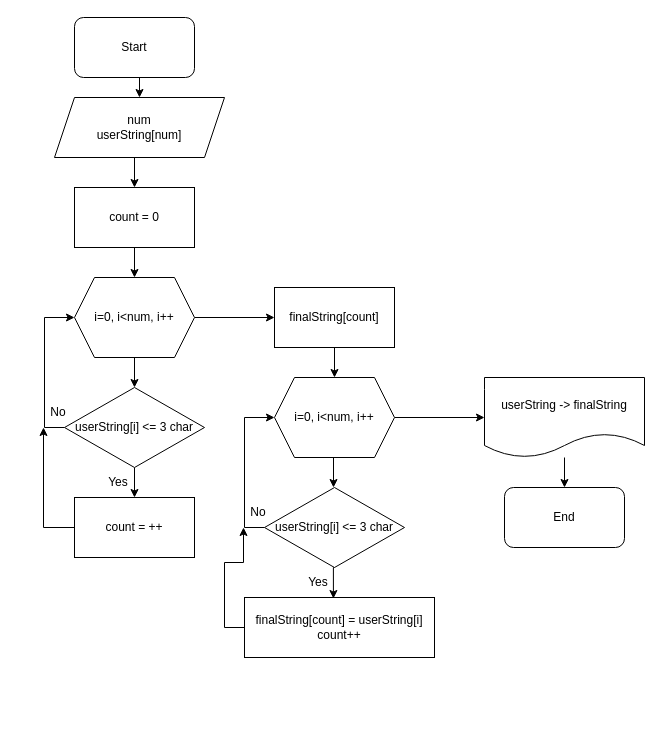
BlackORM/Geek keeps this draw.io diagram as Block1_Final/Block1_final.drawio. Above is the earlier version. Source tidied: cells renumbered, new cells numbered last; positions are measured from the earlier drawing's top-left corner, leaving out a move shared by most shapes. Both pictures are drawn from the tidied source at 100%, with x=0, y=0 at pixel (28, 17).
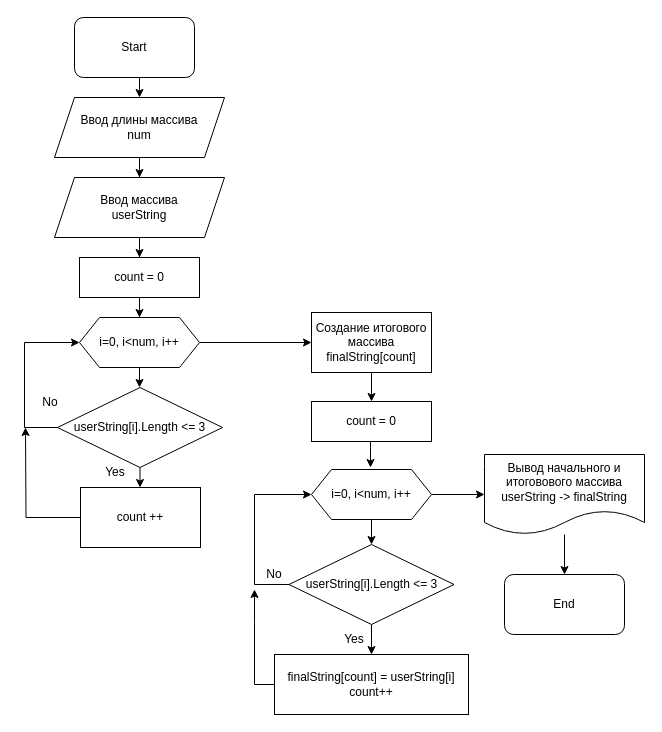
The same page after the edit.

Commit message (it also covers changes not shown here):
подправлена блок-схема

Diff of the diagram source:
```diff
@@
-    <mxCell id="4" style="edgeStyle=orthogonalEdgeStyle;rounded=0;jettySize=auto;html=1;exitX=0.5;exitY=1;exitDx=0;exitDy=0;entryX=0.5;entryY=0;entryDx=0;entryDy=0;startArrow=none;startFill=0;endArrow=classic;endFill=1;" parent="1" edge="1" source="5" target="10">
-      <mxGeometry relative="1" as="geometry" />
-    </mxCell>
+    <mxCell id="33" style="edgeStyle=orthogonalEdgeStyle;rounded=0;jettySize=auto;html=1;startArrow=none;startFill=0;endArrow=classic;endFill=1;" parent="1" edge="1" source="5" target="39">
+      <mxGeometry relative="1" as="geometry" />
+    </mxCell>
-    <mxCell id="5" value="&lt;div&gt;num&lt;/div&gt;&lt;div&gt;userString[num]&lt;/div&gt;" style="shape=parallelogram;perimeter=parallelogramPerimeter;whiteSpace=wrap;html=1;fixedSize=1;" parent="1" vertex="1">
+    <mxCell id="5" value="&lt;div&gt;Ввод длины массива&lt;/div&gt;&lt;div&gt;num&lt;/div&gt;" style="shape=parallelogram;perimeter=parallelogramPerimeter;whiteSpace=wrap;html=1;fixedSize=1;" parent="1" vertex="1">
       <mxGeometry x="26" y="80" width="170" height="60" as="geometry" />
     </mxCell>
-    <mxCell id="6" style="edgeStyle=orthogonalEdgeStyle;rounded=0;jettySize=auto;html=1;exitX=0.5;exitY=1;exitDx=0;exitDy=0;entryX=0.5;entryY=0;entryDx=0;entryDy=0;startArrow=none;startFill=0;endArrow=classic;endFill=1;" parent="1" edge="1" source="8" target="13">
-      <mxGeometry relative="1" as="geometry" />
-    </mxCell>
-    <mxCell id="7" style="edgeStyle=orthogonalEdgeStyle;rounded=0;jettySize=auto;html=1;exitX=1;exitY=0.5;exitDx=0;exitDy=0;entryX=0;entryY=0.5;entryDx=0;entryDy=0;startArrow=none;startFill=0;endArrow=classic;endFill=1;" parent="1" edge="1" source="8" target="19">
-      <mxGeometry relative="1" as="geometry" />
-    </mxCell>
-    <mxCell id="8" value="i=0, i&amp;lt;num, i++" style="shape=hexagon;perimeter=hexagonPerimeter2;whiteSpace=wrap;html=1;fixedSize=1;" parent="1" vertex="1">
-      <mxGeometry x="46" y="260" width="120" height="80" as="geometry" />
-    </mxCell>
-    <mxCell id="9" style="edgeStyle=orthogonalEdgeStyle;rounded=0;jettySize=auto;html=1;exitX=0.5;exitY=1;exitDx=0;exitDy=0;entryX=0.5;entryY=0;entryDx=0;entryDy=0;startArrow=none;startFill=0;endArrow=classic;endFill=1;" parent="1" edge="1" source="10" target="8">
-      <mxGeometry relative="1" as="geometry" />
-    </mxCell>
+    <mxCell id="34" style="edgeStyle=orthogonalEdgeStyle;rounded=0;jettySize=auto;html=1;startArrow=none;startFill=0;endArrow=classic;endFill=1;" parent="1" edge="1" source="10" target="42">
+      <mxGeometry relative="1" as="geometry" />
+    </mxCell>
     <mxCell id="10" value="count = 0" style="rounded=0;whiteSpace=wrap;html=1;" parent="1" vertex="1">
-      <mxGeometry x="46" y="170" width="120" height="60" as="geometry" />
+      <mxGeometry x="51" y="240" width="120" height="40" as="geometry" />
     </mxCell>
-    <mxCell id="11" style="edgeStyle=orthogonalEdgeStyle;rounded=0;jettySize=auto;html=1;exitX=0;exitY=0.5;exitDx=0;exitDy=0;entryX=0;entryY=0.5;entryDx=0;entryDy=0;startArrow=none;startFill=0;endArrow=classic;endFill=1;" parent="1" edge="1" source="13" target="8">
-      <mxGeometry relative="1" as="geometry" />
-    </mxCell>
-    <mxCell id="12" style="edgeStyle=orthogonalEdgeStyle;rounded=0;jettySize=auto;html=1;exitX=0.5;exitY=1;exitDx=0;exitDy=0;entryX=0.5;entryY=0;entryDx=0;entryDy=0;startArrow=none;startFill=0;endArrow=classic;endFill=1;" parent="1" edge="1" source="13" target="15">
+    <mxCell id="12" style="edgeStyle=orthogonalEdgeStyle;rounded=0;jettySize=auto;html=1;startArrow=none;startFill=0;endArrow=classic;endFill=1;" parent="1" edge="1" source="13" target="15">
       <mxGeometry relative="1" as="geometry" />
     </mxCell>
+    <mxCell id="35" style="edgeStyle=orthogonalEdgeStyle;rounded=0;jettySize=auto;html=1;entryX=0;entryY=0.5;entryDx=0;entryDy=0;startArrow=none;startFill=0;endArrow=classic;endFill=1;" parent="1" edge="1" source="13" target="42">
+      <mxGeometry relative="1" as="geometry">
+        <Array as="points">
+          <mxPoint x="-4" y="410" />
+          <mxPoint x="-4" y="325" />
+        </Array>
+      </mxGeometry>
+    </mxCell>
-    <mxCell id="13" value="userString[i] &amp;lt;= 3 char" style="rhombus;whiteSpace=wrap;html=1;" parent="1" vertex="1">
-      <mxGeometry x="36" y="370" width="140" height="80" as="geometry" />
+    <mxCell id="13" value="userString[i].Length &amp;lt;= 3 " style="rhombus;whiteSpace=wrap;html=1;" parent="1" vertex="1">
+      <mxGeometry x="29" y="370" width="165" height="80" as="geometry" />
     </mxCell>
-    <mxCell id="14" style="edgeStyle=orthogonalEdgeStyle;rounded=0;jettySize=auto;html=1;exitX=0;exitY=0.5;exitDx=0;exitDy=0;entryX=0.25;entryY=1;entryDx=0;entryDy=0;startArrow=none;startFill=0;endArrow=classic;endFill=1;" parent="1" edge="1" source="15" target="16">
-      <mxGeometry relative="1" as="geometry" />
-    </mxCell>
+    <mxCell id="36" style="edgeStyle=orthogonalEdgeStyle;rounded=0;jettySize=auto;html=1;startArrow=none;startFill=0;endArrow=classic;endFill=1;" parent="1" edge="1" source="15">
+      <mxGeometry relative="1" as="geometry">
+        <mxPoint x="-3" y="410" as="targetPoint" />
+      </mxGeometry>
+    </mxCell>
-    <mxCell id="15" value="count = ++" style="rounded=0;whiteSpace=wrap;html=1;" parent="1" vertex="1">
-      <mxGeometry x="46" y="480" width="120" height="60" as="geometry" />
+    <mxCell id="15" value="count ++" style="rounded=0;whiteSpace=wrap;html=1;" parent="1" vertex="1">
+      <mxGeometry x="52" y="470" width="120" height="60" as="geometry" />
     </mxCell>
     <mxCell id="16" value="No" style="text;html=1;strokeColor=none;fillColor=none;align=center;verticalAlign=middle;whiteSpace=wrap;rounded=0;" parent="1" vertex="1">
-      <mxGeometry y="380" width="60" height="30" as="geometry" />
+      <mxGeometry x="-8" y="370" width="60" height="30" as="geometry" />
     </mxCell>
     <mxCell id="17" value="Yes" style="text;html=1;strokeColor=none;fillColor=none;align=center;verticalAlign=middle;whiteSpace=wrap;rounded=0;" parent="1" vertex="1">
-      <mxGeometry x="60" y="450" width="60" height="30" as="geometry" />
+      <mxGeometry x="57" y="440" width="60" height="30" as="geometry" />
     </mxCell>
-    <mxCell id="18" style="edgeStyle=orthogonalEdgeStyle;rounded=0;jettySize=auto;html=1;exitX=0.5;exitY=1;exitDx=0;exitDy=0;entryX=0.5;entryY=0;entryDx=0;entryDy=0;startArrow=none;startFill=0;endArrow=classic;endFill=1;" parent="1" edge="1" source="19" target="21">
-      <mxGeometry relative="1" as="geometry" />
-    </mxCell>
+    <mxCell id="37" style="edgeStyle=orthogonalEdgeStyle;rounded=0;jettySize=auto;html=1;startArrow=none;startFill=0;endArrow=classic;endFill=1;" parent="1" edge="1" source="19" target="53">
+      <mxGeometry relative="1" as="geometry" />
+    </mxCell>
-    <mxCell id="19" value="finalString[count]" style="rounded=0;whiteSpace=wrap;html=1;" parent="1" vertex="1">
-      <mxGeometry x="246" y="270" width="120" height="60" as="geometry" />
+    <mxCell id="19" value="&lt;div&gt;Создание итогового массива&lt;/div&gt;&lt;div&gt;finalString[count]&lt;/div&gt;" style="rounded=0;whiteSpace=wrap;html=1;" parent="1" vertex="1">
+      <mxGeometry x="283" y="295" width="120" height="60" as="geometry" />
     </mxCell>
-    <mxCell id="20" style="edgeStyle=orthogonalEdgeStyle;rounded=0;jettySize=auto;html=1;exitX=1;exitY=0.5;exitDx=0;exitDy=0;entryX=0;entryY=0.5;entryDx=0;entryDy=0;startArrow=none;startFill=0;endArrow=classic;endFill=1;" parent="1" edge="1" source="21" target="31">
-      <mxGeometry relative="1" as="geometry" />
-    </mxCell>
-    <mxCell id="21" value="i=0, i&amp;lt;num, i++" style="shape=hexagon;perimeter=hexagonPerimeter2;whiteSpace=wrap;html=1;fixedSize=1;" parent="1" vertex="1">
-      <mxGeometry x="246" y="360" width="120" height="80" as="geometry" />
-    </mxCell>
-    <mxCell id="22" style="edgeStyle=orthogonalEdgeStyle;rounded=0;jettySize=auto;html=1;exitX=0;exitY=0.5;exitDx=0;exitDy=0;entryX=0;entryY=0.5;entryDx=0;entryDy=0;startArrow=none;startFill=0;endArrow=classic;endFill=1;" parent="1" edge="1" source="24" target="21">
-      <mxGeometry relative="1" as="geometry" />
-    </mxCell>
-    <mxCell id="23" style="edgeStyle=orthogonalEdgeStyle;rounded=0;jettySize=auto;html=1;exitX=0.5;exitY=1;exitDx=0;exitDy=0;entryX=0.468;entryY=0.017;entryDx=0;entryDy=0;entryPerimeter=0;startArrow=none;startFill=0;endArrow=classic;endFill=1;" parent="1" edge="1" source="24" target="28">
-      <mxGeometry relative="1" as="geometry" />
-    </mxCell>
-    <mxCell id="24" value="userString[i] &amp;lt;= 3 char" style="rhombus;whiteSpace=wrap;html=1;" parent="1" vertex="1">
-      <mxGeometry x="236" y="470" width="140" height="80" as="geometry" />
-    </mxCell>
-    <mxCell id="25" value="No" style="text;html=1;strokeColor=none;fillColor=none;align=center;verticalAlign=middle;whiteSpace=wrap;rounded=0;" parent="1" vertex="1">
-      <mxGeometry x="200" y="480" width="60" height="30" as="geometry" />
-    </mxCell>
-    <mxCell id="26" style="edgeStyle=orthogonalEdgeStyle;rounded=0;orthogonalLoop=1;jettySize=auto;html=1;exitX=0.75;exitY=0;exitDx=0;exitDy=0;entryX=0.75;entryY=1;entryDx=0;entryDy=0;startArrow=none;startFill=0;endArrow=classic;endFill=1;" parent="1" edge="1">
-      <mxGeometry relative="1" as="geometry">
-        <mxPoint x="305" y="440" as="sourcePoint" />
-        <mxPoint x="305" y="470" as="targetPoint" />
-      </mxGeometry>
-    </mxCell>
-    <mxCell id="27" style="edgeStyle=orthogonalEdgeStyle;rounded=0;jettySize=auto;html=1;exitX=0;exitY=0.5;exitDx=0;exitDy=0;entryX=0.25;entryY=1;entryDx=0;entryDy=0;startArrow=none;startFill=0;endArrow=classic;endFill=1;" parent="1" edge="1" source="28" target="25">
-      <mxGeometry relative="1" as="geometry" />
-    </mxCell>
-    <mxCell id="28" value="&lt;div&gt;finalString[count] = userString[i]&lt;/div&gt;&lt;div&gt;count++&lt;br&gt;&lt;/div&gt;" style="rounded=0;whiteSpace=wrap;html=1;" parent="1" vertex="1">
-      <mxGeometry x="216" y="580" width="190" height="60" as="geometry" />
-    </mxCell>
-    <mxCell id="29" value="Yes" style="text;html=1;strokeColor=none;fillColor=none;align=center;verticalAlign=middle;whiteSpace=wrap;rounded=0;" parent="1" vertex="1">
-      <mxGeometry x="260" y="550" width="60" height="30" as="geometry" />
-    </mxCell>
@@
-    <mxCell id="31" value="&lt;div&gt;userString -&amp;gt; finalString&lt;/div&gt;" style="shape=document;whiteSpace=wrap;html=1;boundedLbl=1;" parent="1" vertex="1">
-      <mxGeometry x="456" y="360" width="160" height="80" as="geometry" />
+    <mxCell id="31" value="&lt;div&gt;Вывод начального и итоговового массива&lt;/div&gt;&lt;div&gt;userString -&amp;gt; finalString&lt;/div&gt;" style="shape=document;whiteSpace=wrap;html=1;boundedLbl=1;" parent="1" vertex="1">
+      <mxGeometry x="456" y="437" width="160" height="80" as="geometry" />
     </mxCell>
     <mxCell id="32" value="End" style="rounded=1;whiteSpace=wrap;html=1;" parent="1" vertex="1">
-      <mxGeometry x="476" y="470" width="120" height="60" as="geometry" />
+      <mxGeometry x="476" y="557" width="120" height="60" as="geometry" />
     </mxCell>
+    <mxCell id="38" style="edgeStyle=orthogonalEdgeStyle;rounded=0;jettySize=auto;html=1;startArrow=none;startFill=0;endArrow=classic;endFill=1;" parent="1" edge="1" source="39" target="10">
+      <mxGeometry relative="1" as="geometry" />
+    </mxCell>
+    <mxCell id="39" value="&lt;div&gt;Ввод массива&lt;/div&gt;&lt;div&gt;userString&lt;/div&gt;" style="shape=parallelogram;perimeter=parallelogramPerimeter;whiteSpace=wrap;html=1;fixedSize=1;" parent="1" vertex="1">
+      <mxGeometry x="26" y="160" width="170" height="60" as="geometry" />
+    </mxCell>
+    <mxCell id="40" style="edgeStyle=orthogonalEdgeStyle;rounded=0;jettySize=auto;html=1;startArrow=none;startFill=0;endArrow=classic;endFill=1;" parent="1" edge="1" source="42">
+      <mxGeometry relative="1" as="geometry">
+        <mxPoint x="111" y="370" as="targetPoint" />
+      </mxGeometry>
+    </mxCell>
+    <mxCell id="41" style="edgeStyle=orthogonalEdgeStyle;rounded=0;jettySize=auto;html=1;startArrow=none;startFill=0;endArrow=classic;endFill=1;" parent="1" edge="1" source="42" target="19">
+      <mxGeometry relative="1" as="geometry" />
+    </mxCell>
+    <mxCell id="42" value="i=0, i&amp;lt;num, i++" style="shape=hexagon;perimeter=hexagonPerimeter2;whiteSpace=wrap;html=1;fixedSize=1;" parent="1" vertex="1">
+      <mxGeometry x="51" y="300" width="120" height="50" as="geometry" />
+    </mxCell>
+    <mxCell id="43" style="edgeStyle=orthogonalEdgeStyle;rounded=0;orthogonalLoop=1;jettySize=auto;html=1;exitX=0.5;exitY=1;exitDx=0;exitDy=0;startArrow=none;startFill=0;endArrow=classic;endFill=1;" parent="1" edge="1">
+      <mxGeometry relative="1" as="geometry">
+        <mxPoint x="112" y="340" as="sourcePoint" />
+        <mxPoint x="112" y="340" as="targetPoint" />
+      </mxGeometry>
+    </mxCell>
+    <mxCell id="44" style="edgeStyle=orthogonalEdgeStyle;rounded=0;jettySize=auto;html=1;startArrow=none;startFill=0;endArrow=classic;endFill=1;" parent="1" edge="1" source="46" target="51">
+      <mxGeometry relative="1" as="geometry" />
+    </mxCell>
+    <mxCell id="45" style="edgeStyle=orthogonalEdgeStyle;rounded=0;jettySize=auto;html=1;startArrow=none;startFill=0;endArrow=classic;endFill=1;" parent="1" edge="1" source="46" target="31">
+      <mxGeometry relative="1" as="geometry" />
+    </mxCell>
+    <mxCell id="46" value="i=0, i&amp;lt;num, i++" style="shape=hexagon;perimeter=hexagonPerimeter2;whiteSpace=wrap;html=1;fixedSize=1;" parent="1" vertex="1">
+      <mxGeometry x="283" y="452" width="120" height="50" as="geometry" />
+    </mxCell>
+    <mxCell id="47" style="edgeStyle=orthogonalEdgeStyle;rounded=0;jettySize=auto;html=1;startArrow=none;startFill=0;endArrow=classic;endFill=1;" parent="1" edge="1" source="28">
+      <mxGeometry relative="1" as="geometry">
+        <mxPoint x="226" y="572" as="targetPoint" />
+      </mxGeometry>
+    </mxCell>
+    <mxCell id="28" value="&lt;div&gt;finalString[count] = userString[i]&lt;/div&gt;&lt;div&gt;count++&lt;br&gt;&lt;/div&gt;" style="rounded=0;whiteSpace=wrap;html=1;" parent="1" vertex="1">
+      <mxGeometry x="246" y="637" width="194" height="60" as="geometry" />
+    </mxCell>
+    <mxCell id="48" style="edgeStyle=orthogonalEdgeStyle;rounded=0;orthogonalLoop=1;jettySize=auto;html=1;exitX=0.5;exitY=1;exitDx=0;exitDy=0;startArrow=none;startFill=0;endArrow=classic;endFill=1;" parent="1" edge="1">
+      <mxGeometry relative="1" as="geometry">
+        <mxPoint x="375" y="627" as="sourcePoint" />
+        <mxPoint x="375" y="627" as="targetPoint" />
+      </mxGeometry>
+    </mxCell>
+    <mxCell id="49" style="edgeStyle=orthogonalEdgeStyle;rounded=0;jettySize=auto;html=1;startArrow=none;startFill=0;endArrow=classic;endFill=1;" parent="1" edge="1" source="51" target="28">
+      <mxGeometry relative="1" as="geometry" />
+    </mxCell>
+    <mxCell id="50" style="edgeStyle=orthogonalEdgeStyle;rounded=0;jettySize=auto;html=1;entryX=0;entryY=0.5;entryDx=0;entryDy=0;startArrow=none;startFill=0;endArrow=classic;endFill=1;" parent="1" edge="1" source="51" target="46">
+      <mxGeometry relative="1" as="geometry">
+        <Array as="points">
+          <mxPoint x="226" y="567" />
+          <mxPoint x="226" y="477" />
+        </Array>
+      </mxGeometry>
+    </mxCell>
+    <mxCell id="51" value="userString[i].Length &amp;lt;= 3 " style="rhombus;whiteSpace=wrap;html=1;" parent="1" vertex="1">
+      <mxGeometry x="260.5" y="527" width="165" height="80" as="geometry" />
+    </mxCell>
+    <mxCell id="29" value="Yes" style="text;html=1;strokeColor=none;fillColor=none;align=center;verticalAlign=middle;whiteSpace=wrap;rounded=0;" parent="1" vertex="1">
+      <mxGeometry x="296" y="607" width="60" height="30" as="geometry" />
+    </mxCell>
+    <mxCell id="25" value="No" style="text;html=1;strokeColor=none;fillColor=none;align=center;verticalAlign=middle;whiteSpace=wrap;rounded=0;" parent="1" vertex="1">
+      <mxGeometry x="216" y="542" width="60" height="30" as="geometry" />
+    </mxCell>
+    <mxCell id="52" style="edgeStyle=orthogonalEdgeStyle;rounded=0;orthogonalLoop=1;jettySize=auto;html=1;startArrow=none;startFill=0;endArrow=classic;endFill=1;" parent="1" edge="1">
+      <mxGeometry relative="1" as="geometry">
+        <mxPoint x="342" y="424" as="sourcePoint" />
+        <mxPoint x="342" y="450" as="targetPoint" />
+        <Array as="points">
+          <mxPoint x="342" y="430" />
+          <mxPoint x="342" y="430" />
+        </Array>
+      </mxGeometry>
+    </mxCell>
+    <mxCell id="53" value="count = 0" style="rounded=0;whiteSpace=wrap;html=1;" parent="1" vertex="1">
+      <mxGeometry x="283" y="384" width="120" height="40" as="geometry" />
+    </mxCell>
```
